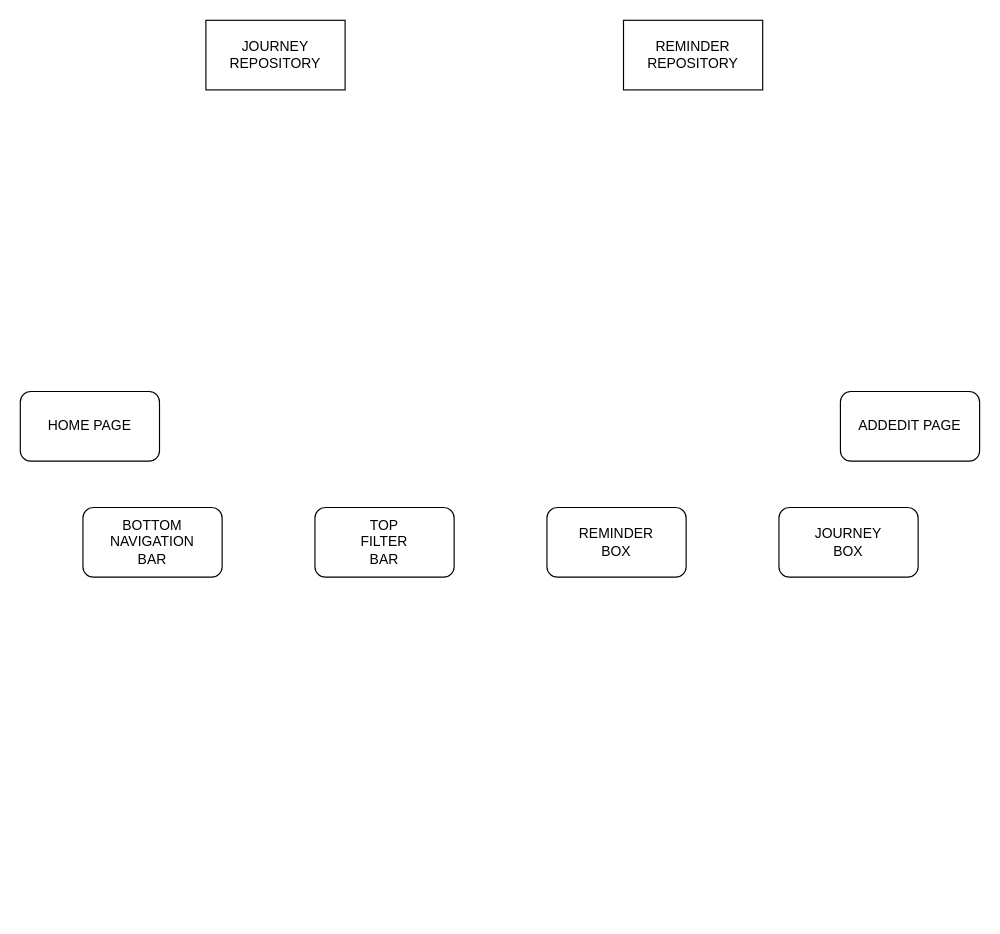
Before: Dater.drawio in kanusukA/kanusukA, a draw.io diagram. Source tidied: cells renumbered, new cells numbered last; positions are measured from the earlier drawing's top-left corner, leaving out a move shared by most shapes. Both pictures are drawn from the tidied source at 116%, with x=0, y=0 at pixel (20, 20).
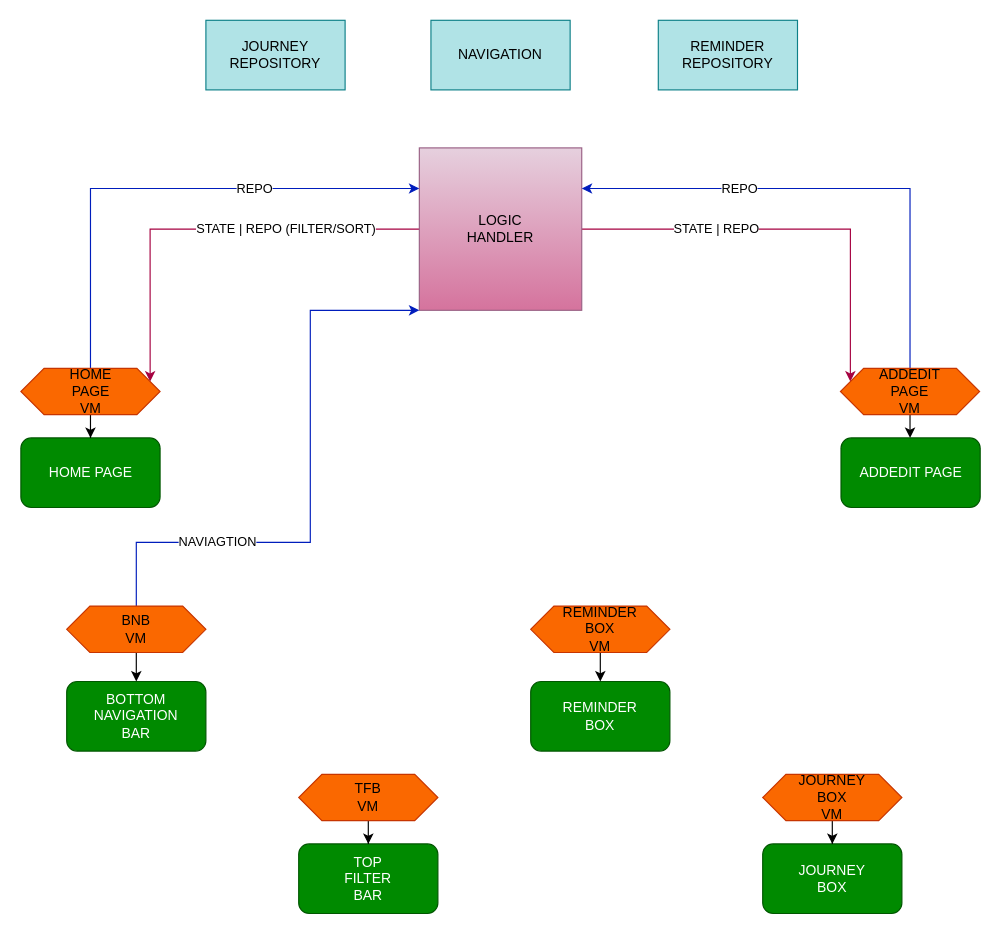
The same page after the edit.

The edit, as a diff of the source:
```diff
@@
-    <mxCell id="2" value="HOME PAGE" style="rounded=1;whiteSpace=wrap;html=1;" parent="1" vertex="1">
-      <mxGeometry y="320" width="120" height="60" as="geometry" />
+    <mxCell id="2" value="HOME PAGE" style="rounded=1;whiteSpace=wrap;html=1;fillColor=#008a00;strokeColor=#005700;fontColor=#ffffff;" parent="1" vertex="1">
+      <mxGeometry x="0.5" y="360" width="120" height="60" as="geometry" />
     </mxCell>
-    <mxCell id="3" value="ADDEDIT PAGE" style="rounded=1;whiteSpace=wrap;html=1;" parent="1" vertex="1">
-      <mxGeometry x="707" y="320" width="120" height="60" as="geometry" />
+    <mxCell id="3" value="ADDEDIT PAGE" style="rounded=1;whiteSpace=wrap;html=1;fillColor=#008a00;fontColor=#ffffff;strokeColor=#005700;" parent="1" vertex="1">
+      <mxGeometry x="707.5" y="360" width="120" height="60" as="geometry" />
     </mxCell>
-    <mxCell id="4" value="BOTTOM&lt;br&gt;NAVIGATION&lt;br&gt;BAR" style="rounded=1;whiteSpace=wrap;html=1;" parent="1" vertex="1">
-      <mxGeometry x="54" y="420" width="120" height="60" as="geometry" />
+    <mxCell id="4" value="BOTTOM&lt;br&gt;NAVIGATION&lt;br&gt;BAR" style="rounded=1;whiteSpace=wrap;html=1;fillColor=#008a00;fontColor=#ffffff;strokeColor=#005700;" parent="1" vertex="1">
+      <mxGeometry x="40" y="570" width="120" height="60" as="geometry" />
     </mxCell>
-    <mxCell id="5" value="TOP&lt;br&gt;FILTER&lt;br&gt;BAR" style="rounded=1;whiteSpace=wrap;html=1;" parent="1" vertex="1">
-      <mxGeometry x="254" y="420" width="120" height="60" as="geometry" />
+    <mxCell id="5" value="TOP&lt;br&gt;FILTER&lt;br&gt;BAR" style="rounded=1;whiteSpace=wrap;html=1;fillColor=#008a00;fontColor=#ffffff;strokeColor=#005700;" parent="1" vertex="1">
+      <mxGeometry x="240" y="710" width="120" height="60" as="geometry" />
     </mxCell>
-    <mxCell id="6" value="REMINDER&lt;br&gt;BOX" style="rounded=1;whiteSpace=wrap;html=1;" parent="1" vertex="1">
-      <mxGeometry x="454" y="420" width="120" height="60" as="geometry" />
+    <mxCell id="6" value="REMINDER&lt;br&gt;BOX" style="rounded=1;whiteSpace=wrap;html=1;fillColor=#008a00;fontColor=#ffffff;strokeColor=#005700;" parent="1" vertex="1">
+      <mxGeometry x="440" y="570" width="120" height="60" as="geometry" />
     </mxCell>
-    <mxCell id="7" value="JOURNEY&lt;br&gt;BOX" style="rounded=1;whiteSpace=wrap;html=1;" parent="1" vertex="1">
-      <mxGeometry x="654" y="420" width="120" height="60" as="geometry" />
+    <mxCell id="7" value="JOURNEY&lt;br&gt;BOX" style="rounded=1;whiteSpace=wrap;html=1;fillColor=#008a00;fontColor=#ffffff;strokeColor=#005700;" parent="1" vertex="1">
+      <mxGeometry x="640" y="710" width="120" height="60" as="geometry" />
     </mxCell>
-    <mxCell id="8" value="JOURNEY&lt;br&gt;REPOSITORY" style="rounded=0;whiteSpace=wrap;html=1;" parent="1" vertex="1">
+    <mxCell id="8" value="JOURNEY&lt;br&gt;REPOSITORY" style="rounded=0;whiteSpace=wrap;html=1;fillColor=#b0e3e6;strokeColor=#0e8088;" parent="1" vertex="1">
       <mxGeometry x="160" width="120" height="60" as="geometry" />
     </mxCell>
-    <mxCell id="9" value="REMINDER&lt;br&gt;REPOSITORY" style="rounded=0;whiteSpace=wrap;html=1;" parent="1" vertex="1">
-      <mxGeometry x="520" width="120" height="60" as="geometry" />
+    <mxCell id="9" value="REMINDER&lt;br&gt;REPOSITORY" style="rounded=0;whiteSpace=wrap;html=1;fillColor=#b0e3e6;strokeColor=#0e8088;" parent="1" vertex="1">
+      <mxGeometry x="550" width="120" height="60" as="geometry" />
     </mxCell>
+    <mxCell id="10" value="STATE | REPO (FILTER/SORT)" style="edgeStyle=orthogonalEdgeStyle;rounded=0;jettySize=auto;html=1;entryX=1;entryY=0.25;entryDx=0;entryDy=0;fillColor=#d80073;strokeColor=#A50040;" parent="1" edge="1" source="12" target="15">
+      <mxGeometry x="-0.37" relative="1" as="geometry" />
+    </mxCell>
+    <mxCell id="11" value="STATE | REPO" style="edgeStyle=orthogonalEdgeStyle;rounded=0;jettySize=auto;html=1;entryX=0;entryY=0.25;entryDx=0;entryDy=0;fillColor=#d80073;strokeColor=#A50040;" parent="1" edge="1" source="12" target="18">
+      <mxGeometry x="-0.36" relative="1" as="geometry" />
+    </mxCell>
+    <mxCell id="12" value="LOGIC&lt;br&gt;HANDLER" style="whiteSpace=wrap;html=1;fillColor=#e6d0de;gradientColor=#d5739d;strokeColor=#996185;" parent="1" vertex="1">
+      <mxGeometry x="344" y="110" width="140" height="140" as="geometry" />
+    </mxCell>
+    <mxCell id="13" style="edgeStyle=orthogonalEdgeStyle;rounded=0;jettySize=auto;html=1;" parent="1" edge="1" source="15" target="2">
+      <mxGeometry relative="1" as="geometry" />
+    </mxCell>
+    <mxCell id="14" value="REPO" style="edgeStyle=orthogonalEdgeStyle;rounded=0;jettySize=auto;html=1;entryX=0;entryY=0.25;entryDx=0;entryDy=0;fillColor=#0050ef;strokeColor=#001DBC;" parent="1" edge="1" source="15" target="12">
+      <mxGeometry x="0.35" relative="1" as="geometry">
+        <Array as="points">
+          <mxPoint x="61" y="145" />
+        </Array>
+      </mxGeometry>
+    </mxCell>
+    <mxCell id="15" value="HOME&lt;br&gt;PAGE&lt;br&gt;VM" style="shape=hexagon;perimeter=hexagonPerimeter2;whiteSpace=wrap;html=1;fixedSize=1;fillColor=#fa6800;fontColor=#000000;strokeColor=#C73500;" parent="1" vertex="1">
+      <mxGeometry x="0.5" y="300" width="120" height="40" as="geometry" />
+    </mxCell>
+    <mxCell id="16" style="edgeStyle=orthogonalEdgeStyle;rounded=0;jettySize=auto;html=1;" parent="1" edge="1" source="18" target="3">
+      <mxGeometry relative="1" as="geometry" />
+    </mxCell>
+    <mxCell id="17" value="REPO" style="edgeStyle=orthogonalEdgeStyle;rounded=0;jettySize=auto;html=1;entryX=1;entryY=0.25;entryDx=0;entryDy=0;fillColor=#0050ef;strokeColor=#001DBC;" parent="1" edge="1" source="18" target="12">
+      <mxGeometry x="0.38" relative="1" as="geometry">
+        <Array as="points">
+          <mxPoint x="767" y="145" />
+        </Array>
+      </mxGeometry>
+    </mxCell>
+    <mxCell id="18" value="ADDEDIT&lt;br&gt;PAGE&lt;br&gt;VM" style="shape=hexagon;perimeter=hexagonPerimeter2;whiteSpace=wrap;html=1;fixedSize=1;fillColor=#fa6800;fontColor=#000000;strokeColor=#C73500;" parent="1" vertex="1">
+      <mxGeometry x="707" y="300" width="120" height="40" as="geometry" />
+    </mxCell>
+    <mxCell id="19" style="edgeStyle=orthogonalEdgeStyle;rounded=0;jettySize=auto;html=1;" parent="1" edge="1" source="21" target="4">
+      <mxGeometry relative="1" as="geometry" />
+    </mxCell>
+    <mxCell id="20" value="NAVIAGTION" style="edgeStyle=orthogonalEdgeStyle;rounded=0;jettySize=auto;html=1;entryX=0;entryY=1;entryDx=0;entryDy=0;fillColor=#0050ef;strokeColor=#001DBC;" parent="1" edge="1" source="21" target="12">
+      <mxGeometry x="-0.5" relative="1" as="geometry">
+        <Array as="points">
+          <mxPoint x="100" y="450" />
+          <mxPoint x="250" y="450" />
+          <mxPoint x="250" y="250" />
+        </Array>
+      </mxGeometry>
+    </mxCell>
+    <mxCell id="21" value="BNB&lt;br&gt;VM" style="shape=hexagon;perimeter=hexagonPerimeter2;whiteSpace=wrap;html=1;fixedSize=1;fillColor=#fa6800;fontColor=#000000;strokeColor=#C73500;" parent="1" vertex="1">
+      <mxGeometry x="40" y="505" width="120" height="40" as="geometry" />
+    </mxCell>
+    <mxCell id="22" style="edgeStyle=orthogonalEdgeStyle;rounded=0;jettySize=auto;html=1;" parent="1" edge="1" source="23" target="5">
+      <mxGeometry relative="1" as="geometry" />
+    </mxCell>
+    <mxCell id="23" value="TFB&lt;br&gt;VM" style="shape=hexagon;perimeter=hexagonPerimeter2;whiteSpace=wrap;html=1;fixedSize=1;fillColor=#fa6800;fontColor=#000000;strokeColor=#C73500;" parent="1" vertex="1">
+      <mxGeometry x="240" y="650" width="120" height="40" as="geometry" />
+    </mxCell>
+    <mxCell id="24" style="edgeStyle=orthogonalEdgeStyle;rounded=0;jettySize=auto;html=1;" parent="1" edge="1" source="25" target="6">
+      <mxGeometry relative="1" as="geometry" />
+    </mxCell>
+    <mxCell id="25" value="REMINDER&lt;br&gt;BOX&lt;br&gt;VM" style="shape=hexagon;perimeter=hexagonPerimeter2;whiteSpace=wrap;html=1;fixedSize=1;fillColor=#fa6800;fontColor=#000000;strokeColor=#C73500;" parent="1" vertex="1">
+      <mxGeometry x="440" y="505" width="120" height="40" as="geometry" />
+    </mxCell>
+    <mxCell id="26" style="edgeStyle=orthogonalEdgeStyle;rounded=0;jettySize=auto;html=1;" parent="1" edge="1" source="27" target="7">
+      <mxGeometry relative="1" as="geometry" />
+    </mxCell>
+    <mxCell id="27" value="JOURNEY&lt;br&gt;BOX&lt;br&gt;VM" style="shape=hexagon;perimeter=hexagonPerimeter2;whiteSpace=wrap;html=1;fixedSize=1;fillColor=#fa6800;fontColor=#000000;strokeColor=#C73500;" parent="1" vertex="1">
+      <mxGeometry x="640" y="650" width="120" height="40" as="geometry" />
+    </mxCell>
+    <mxCell id="28" value="NAVIGATION" style="rounded=0;whiteSpace=wrap;html=1;fillColor=#b0e3e6;strokeColor=#0e8088;" parent="1" vertex="1">
+      <mxGeometry x="354" width="120" height="60" as="geometry" />
+    </mxCell>
```
